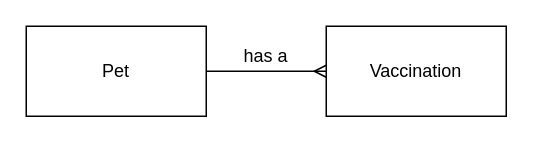
This is N5-CS-DDD.drawio from MrFriendCS/MrFriendCS.github.io, a draw.io file, before an edit. Source tidied: cells renumbered, new cells numbered last; positions are measured from the earlier drawing's top-left corner, leaving out a move shared by most shapes. Both pictures are drawn from the tidied source at 150%, with x=0, y=0 at pixel (26, 26).
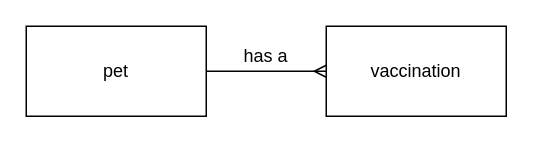
The same page after the edit.

Change to the diagram source:
```diff
@@
 <mxGraphModel>
   <root>
     <mxCell id="0" />
     <mxCell id="1" parent="0" />
-    <mxCell id="2" value="Pet" style="rounded=0;whiteSpace=wrap;html=1;" parent="1" vertex="1">
+    <mxCell id="2" value="pet" style="rounded=0;whiteSpace=wrap;html=1;" parent="1" vertex="1">
       <mxGeometry width="120" height="60" as="geometry" />
     </mxCell>
-    <mxCell id="3" value="Vaccination" style="rounded=0;whiteSpace=wrap;html=1;" parent="1" vertex="1">
+    <mxCell id="3" value="vaccination" style="rounded=0;whiteSpace=wrap;html=1;" parent="1" vertex="1">
       <mxGeometry x="200" width="120" height="60" as="geometry" />
     </mxCell>
     <mxCell id="4" style="edgeStyle=entityRelationEdgeStyle;fontSize=12;html=1;endArrow=ERmany;rounded=0;exitX=1;exitY=0.5;exitDx=0;exitDy=0;entryX=0;entryY=0.5;entryDx=0;entryDy=0;" parent="1" edge="1" source="2" target="3">
       <mxGeometry relative="1" as="geometry" />
     </mxCell>
     <mxCell id="5" value="has a" style="text;html=1;strokeColor=none;fillColor=none;align=center;verticalAlign=middle;whiteSpace=wrap;rounded=0;" parent="1" vertex="1">
       <mxGeometry x="130" y="10" width="60" height="20" as="geometry" />
     </mxCell>
   </root>
 </mxGraphModel>
```
